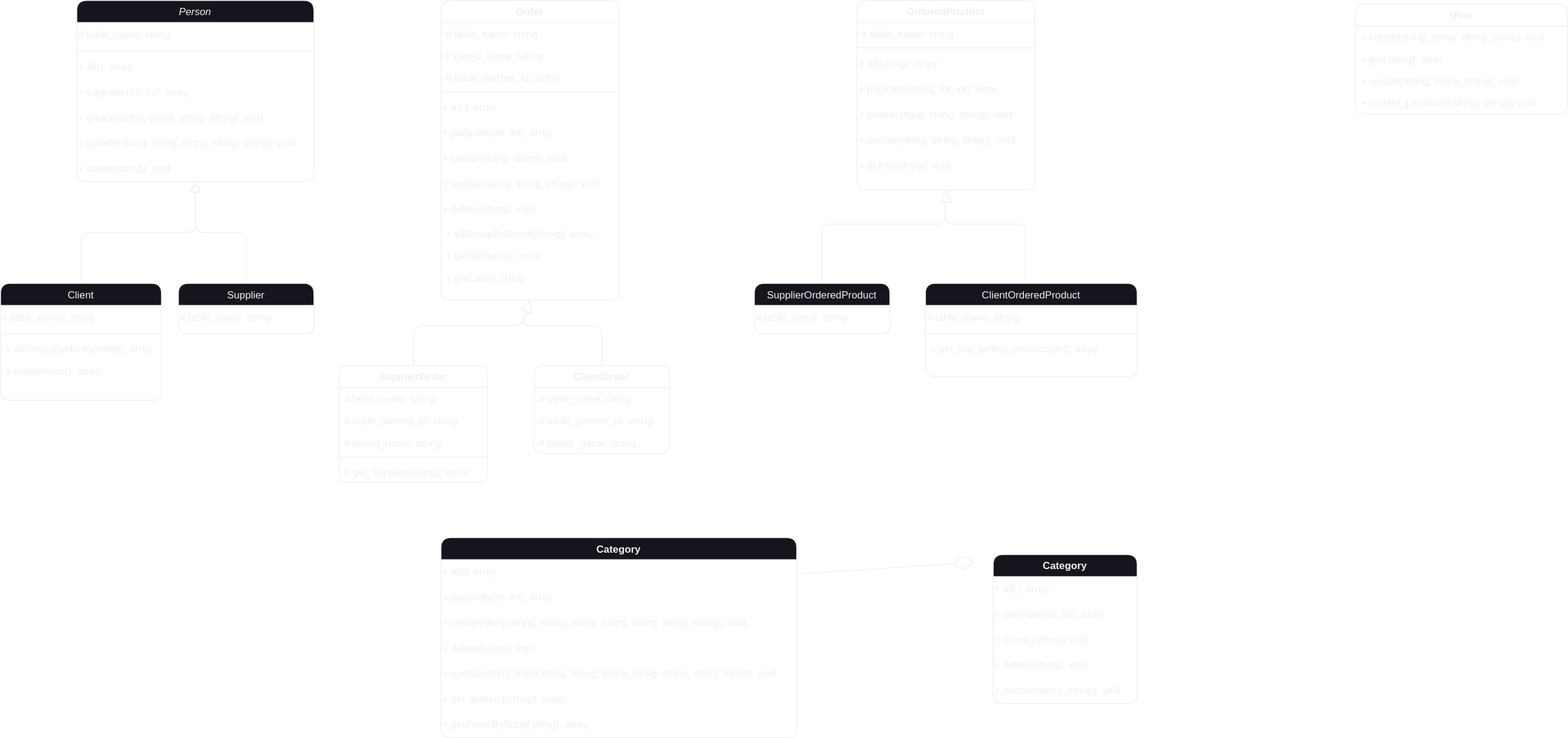
Before: diagrams/envantosync-class-diagram.drawio.svg, a diagram exported from draw.io (AbdallahRdf/stock-management). Source tidied: cells renumbered, new cells last; positions are measured from the earlier drawing's top-left corner, leaving out a move shared by most shapes.
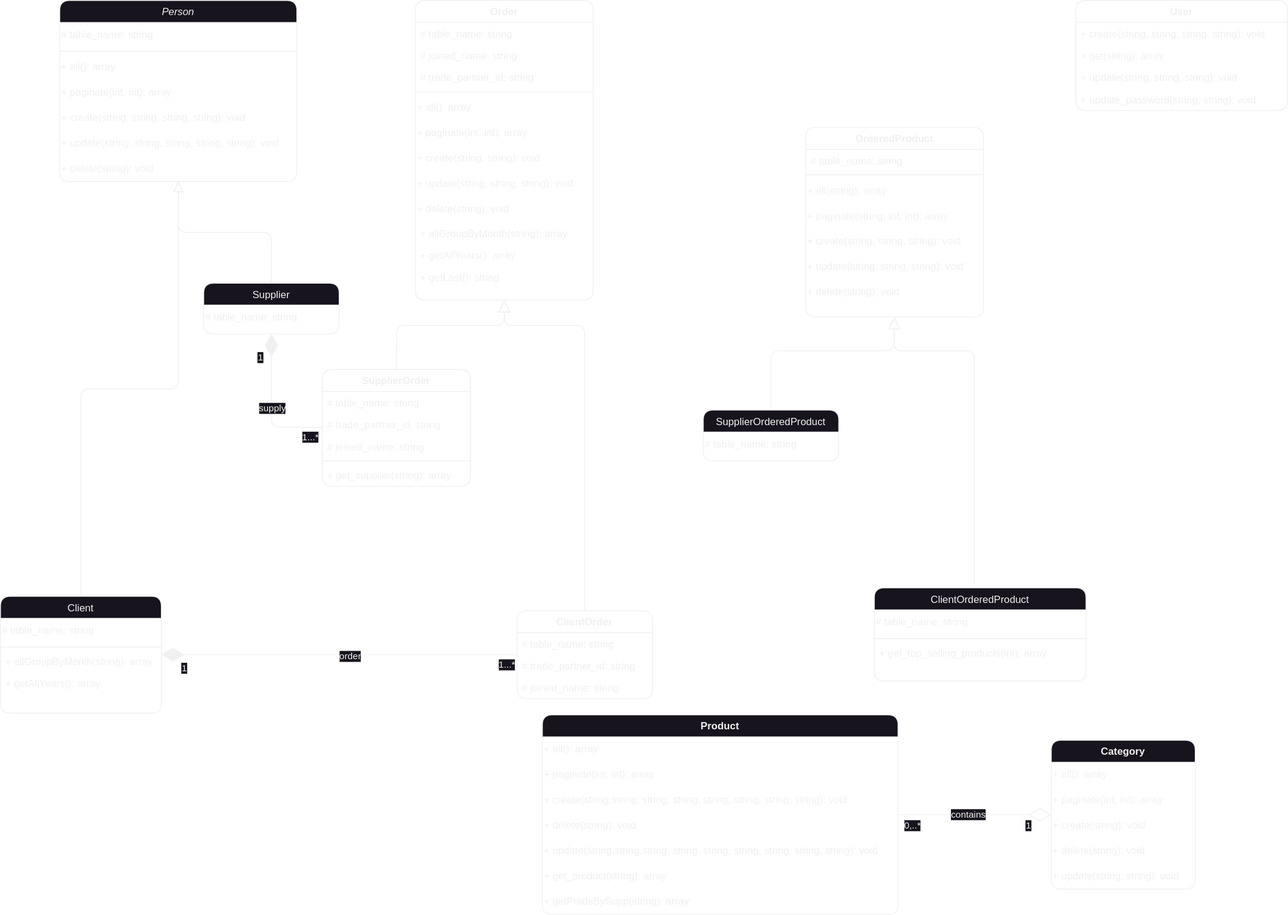
The same file after the commit.

Commit message:
updated the class diagram

The edit, as a diff of the source:
```diff
@@ -27,7 +27,7 @@
       <mxGeometry y="184" width="280" height="30" as="geometry" />
     </mxCell>
     <mxCell id="10" value="Client" style="swimlane;fontStyle=0;align=center;verticalAlign=top;horizontal=1;startSize=26;rounded=1;shadow=0;strokeWidth=1;" parent="1" vertex="1">
-      <mxGeometry y="334" width="190" height="138" as="geometry" />
+      <mxGeometry x="20" y="704" width="190" height="138" as="geometry" />
     </mxCell>
     <mxCell id="11" value="# table_name: string" style="text;html=1;align=left;verticalAlign=middle;strokeColor=none;fillColor=none;rounded=1;" parent="10" vertex="1">
       <mxGeometry y="26" width="190" height="30" as="geometry" />
@@ -45,7 +45,7 @@
       <mxGeometry relative="1" as="geometry" />
     </mxCell>
     <mxCell id="16" value="Supplier" style="swimlane;fontStyle=0;align=center;verticalAlign=top;horizontal=1;startSize=26;rounded=1;shadow=0;strokeWidth=1;" parent="1" vertex="1">
-      <mxGeometry x="210" y="334" width="160" height="60" as="geometry" />
+      <mxGeometry x="260" y="334" width="160" height="60" as="geometry" />
     </mxCell>
     <mxCell id="17" value="# table_name: string" style="text;html=1;align=left;verticalAlign=middle;strokeColor=none;fillColor=none;rounded=1;" parent="16" vertex="1">
       <mxGeometry y="26" width="160" height="30" as="geometry" />
@@ -54,7 +54,7 @@
       <mxGeometry relative="1" as="geometry" />
     </mxCell>
     <mxCell id="19" value="User" style="swimlane;fontStyle=1;align=center;verticalAlign=top;horizontal=1;startSize=26;whiteSpace=wrap;html=1;fontFamily=Helvetica;fontSize=12;fontColor=default;fillColor=none;gradientColor=none;rounded=1;" parent="1" vertex="1">
-      <mxGeometry x="1600" y="4" width="250" height="130" as="geometry" />
+      <mxGeometry x="1290" width="250" height="130" as="geometry" />
     </mxCell>
     <mxCell id="20" value="+ create(string, string, string, string): void" style="text;strokeColor=none;fillColor=none;align=left;verticalAlign=top;spacingLeft=4;spacingRight=4;overflow=hidden;whiteSpace=wrap;html=1;fontSize=12;fontFamily=Helvetica;fontColor=default;rounded=1;" parent="19" vertex="1">
       <mxGeometry y="26" width="250" height="26" as="geometry" />
@@ -69,7 +69,7 @@
       <mxGeometry y="104" width="250" height="26" as="geometry" />
     </mxCell>
     <mxCell id="24" value="Order" style="swimlane;fontStyle=1;align=center;verticalAlign=top;horizontal=1;startSize=26;whiteSpace=wrap;html=1;fontFamily=Helvetica;fontSize=12;fontColor=default;fillColor=none;gradientColor=none;rounded=1;glass=0;" parent="1" vertex="1">
-      <mxGeometry x="520" width="210" height="354" as="geometry" />
+      <mxGeometry x="510" width="210" height="354" as="geometry" />
     </mxCell>
     <mxCell id="25" value="# table_name: string" style="text;strokeColor=none;fillColor=none;align=left;verticalAlign=top;spacingLeft=4;spacingRight=4;overflow=hidden;whiteSpace=wrap;html=1;fontSize=12;fontFamily=Helvetica;fontColor=default;rounded=1;" parent="24" vertex="1">
       <mxGeometry y="26" width="210" height="26" as="geometry" />
@@ -108,7 +108,7 @@
       <mxGeometry y="314" width="210" height="26" as="geometry" />
     </mxCell>
     <mxCell id="37" value="ClientOrder" style="swimlane;fontStyle=1;align=center;verticalAlign=top;horizontal=1;startSize=26;whiteSpace=wrap;html=1;fontFamily=Helvetica;fontSize=12;fontColor=default;fillColor=none;gradientColor=none;rounded=1;" parent="1" vertex="1">
-      <mxGeometry x="630" y="431" width="160" height="104" as="geometry" />
+      <mxGeometry x="630" y="721" width="160" height="104" as="geometry" />
     </mxCell>
     <mxCell id="38" value="# table_name: string" style="text;strokeColor=none;fillColor=none;align=left;verticalAlign=top;spacingLeft=4;spacingRight=4;overflow=hidden;whiteSpace=wrap;html=1;fontSize=12;fontFamily=Helvetica;fontColor=default;rounded=1;" parent="37" vertex="1">
       <mxGeometry y="26" width="160" height="26" as="geometry" />
@@ -120,7 +120,7 @@
       <mxGeometry y="78" width="160" height="26" as="geometry" />
     </mxCell>
     <mxCell id="41" value="SupplierOrder" style="swimlane;fontStyle=1;align=center;verticalAlign=top;horizontal=1;startSize=26;whiteSpace=wrap;html=1;fontFamily=Helvetica;fontSize=12;fontColor=default;fillColor=none;gradientColor=none;rounded=1;" parent="1" vertex="1">
-      <mxGeometry x="400" y="431" width="175" height="138" as="geometry" />
+      <mxGeometry x="400" y="436" width="175" height="138" as="geometry" />
     </mxCell>
     <mxCell id="42" value="# table_name: string" style="text;strokeColor=none;fillColor=none;align=left;verticalAlign=top;spacingLeft=4;spacingRight=4;overflow=hidden;whiteSpace=wrap;html=1;fontSize=12;fontFamily=Helvetica;fontColor=default;rounded=1;" parent="41" vertex="1">
       <mxGeometry y="26" width="175" height="26" as="geometry" />
@@ -154,7 +154,7 @@
       </mxGeometry>
     </mxCell>
     <mxCell id="49" value="OrderedProduct" style="swimlane;fontStyle=1;align=center;verticalAlign=top;horizontal=1;startSize=26;whiteSpace=wrap;html=1;fontFamily=Helvetica;fontSize=12;fontColor=default;fillColor=none;gradientColor=none;rounded=1;glass=0;" parent="1" vertex="1">
-      <mxGeometry x="1011" width="210" height="224" as="geometry" />
+      <mxGeometry x="971" y="150" width="210" height="224" as="geometry" />
     </mxCell>
     <mxCell id="50" value="# table_name: string" style="text;strokeColor=none;fillColor=none;align=left;verticalAlign=top;spacingLeft=4;spacingRight=4;overflow=hidden;whiteSpace=wrap;html=1;fontSize=12;fontFamily=Helvetica;fontColor=default;rounded=1;" parent="49" vertex="1">
       <mxGeometry y="26" width="210" height="26" as="geometry" />
@@ -178,13 +178,13 @@
       <mxGeometry y="180" width="210" height="30" as="geometry" />
     </mxCell>
     <mxCell id="57" value="SupplierOrderedProduct" style="swimlane;fontStyle=0;align=center;verticalAlign=top;horizontal=1;startSize=26;rounded=1;shadow=0;strokeWidth=1;" parent="1" vertex="1">
-      <mxGeometry x="890" y="334" width="160" height="60" as="geometry" />
+      <mxGeometry x="850" y="484" width="160" height="60" as="geometry" />
     </mxCell>
     <mxCell id="58" value="# table_name: string" style="text;html=1;align=left;verticalAlign=middle;strokeColor=none;fillColor=none;rounded=1;" parent="57" vertex="1">
       <mxGeometry y="26" width="160" height="30" as="geometry" />
     </mxCell>
     <mxCell id="59" value="ClientOrderedProduct" style="swimlane;fontStyle=0;align=center;verticalAlign=top;horizontal=1;startSize=26;rounded=1;shadow=0;strokeWidth=1;" parent="1" vertex="1">
-      <mxGeometry x="1092" y="334" width="250" height="110" as="geometry" />
+      <mxGeometry x="1052" y="694" width="250" height="110" as="geometry" />
     </mxCell>
     <mxCell id="60" value="# table_name: string" style="text;html=1;align=left;verticalAlign=middle;strokeColor=none;fillColor=none;rounded=1;" parent="59" vertex="1">
       <mxGeometry y="26" width="250" height="30" as="geometry" />
@@ -198,21 +198,21 @@
     <mxCell id="63" style="endArrow=block;endFill=0;endSize=12;html=1;exitX=0.5;exitY=0;exitDx=0;exitDy=0;rounded=1;jumpStyle=none;shadow=0;strokeColor=default;textDirection=ltr;align=center;entryX=0.5;entryY=1;entryDx=0;entryDy=0;" parent="1" edge="1" source="57" target="49">
       <mxGeometry relative="1" as="geometry">
         <Array as="points">
-          <mxPoint x="970" y="264" />
-          <mxPoint x="1115" y="264" />
+          <mxPoint x="930" y="414" />
+          <mxPoint x="1075" y="414" />
         </Array>
       </mxGeometry>
     </mxCell>
     <mxCell id="64" style="endArrow=block;endFill=0;endSize=12;html=1;exitX=0.472;exitY=-0.045;exitDx=0;exitDy=0;rounded=1;jumpStyle=none;shadow=0;strokeColor=default;textDirection=ltr;align=center;exitPerimeter=0;entryX=0.5;entryY=1;entryDx=0;entryDy=0;" parent="1" edge="1" source="59" target="49">
       <mxGeometry relative="1" as="geometry">
         <Array as="points">
-          <mxPoint x="1210" y="264" />
-          <mxPoint x="1115" y="264" />
+          <mxPoint x="1170" y="414" />
+          <mxPoint x="1075" y="414" />
         </Array>
       </mxGeometry>
     </mxCell>
     <mxCell id="65" value="Category" style="swimlane;fontStyle=1;align=center;verticalAlign=top;horizontal=1;startSize=26;whiteSpace=wrap;html=1;rounded=1;" parent="1" vertex="1">
-      <mxGeometry x="1172" y="654" width="170" height="176" as="geometry" />
+      <mxGeometry x="1261" y="874" width="170" height="176" as="geometry" />
     </mxCell>
     <mxCell id="66" value="+ all(): array" style="text;html=1;align=left;verticalAlign=middle;strokeColor=none;fillColor=none;rounded=1;" parent="65" vertex="1">
       <mxGeometry y="26" width="170" height="30" as="geometry" />
@@ -229,8 +229,8 @@
     <mxCell id="70" value="+ update(string, string): void" style="text;html=1;align=left;verticalAlign=middle;strokeColor=none;fillColor=none;fontSize=12;fontFamily=Helvetica;fontColor=default;rounded=1;" parent="65" vertex="1">
       <mxGeometry y="146" width="170" height="30" as="geometry" />
     </mxCell>
-    <mxCell id="71" value="Category" style="swimlane;fontStyle=1;align=center;verticalAlign=top;horizontal=1;startSize=26;whiteSpace=wrap;html=1;rounded=1;" parent="1" vertex="1">
-      <mxGeometry x="520" y="634" width="420" height="236" as="geometry" />
+    <mxCell id="71" value="Product" style="swimlane;fontStyle=1;align=center;verticalAlign=top;horizontal=1;startSize=26;whiteSpace=wrap;html=1;rounded=1;" parent="1" vertex="1">
+      <mxGeometry x="660" y="844" width="420" height="236" as="geometry" />
     </mxCell>
     <mxCell id="72" value="+ all(): array" style="text;html=1;align=left;verticalAlign=middle;strokeColor=none;fillColor=none;rounded=1;" parent="71" vertex="1">
       <mxGeometry y="26" width="420" height="30" as="geometry" />
@@ -253,11 +253,57 @@
     <mxCell id="78" value="+ getProdsBySupp(string): array" style="text;html=1;align=left;verticalAlign=middle;strokeColor=none;fillColor=none;fontSize=12;fontFamily=Helvetica;fontColor=default;rounded=1;" parent="71" vertex="1">
       <mxGeometry y="206" width="420" height="30" as="geometry" />
     </mxCell>
-    <mxCell id="79" style="endArrow=diamondThin;endFill=0;endSize=24;html=1;rounded=1;entryX=0.109;entryY=-0.005;entryDx=0;entryDy=0;entryPerimeter=0;exitX=1.008;exitY=0.054;exitDx=0;exitDy=0;exitPerimeter=0;" parent="1" edge="1">
-      <mxGeometry relative="1" as="geometry">
-        <mxPoint x="943.4" y="676.7" as="sourcePoint" />
-        <mxPoint x="1150.5" y="663.1" as="targetPoint" />
-      </mxGeometry>
+    <mxCell id="79" style="endArrow=diamondThin;endFill=0;endSize=24;html=1;rounded=1;" parent="1" edge="1" source="71" target="65">
+      <mxGeometry relative="1" as="geometry" />
     </mxCell>
+    <mxCell id="80" value="0,..*" style="edgeLabel;html=1;align=center;verticalAlign=middle;" parent="79" vertex="1">
+      <mxGeometry x="-0.82" y="-2" relative="1" as="geometry">
+        <mxPoint y="10" as="offset" />
+      </mxGeometry>
+    </mxCell>
+    <mxCell id="81" value="1" style="edgeLabel;html=1;align=center;verticalAlign=middle;" parent="79" vertex="1">
+      <mxGeometry x="0.69" y="-2" relative="1" as="geometry">
+        <mxPoint y="10" as="offset" />
+      </mxGeometry>
+    </mxCell>
+    <mxCell id="82" value="contains" style="edgeLabel;html=1;align=center;verticalAlign=middle;" parent="79" vertex="1">
+      <mxGeometry x="-0.09" y="1" relative="1" as="geometry" />
+    </mxCell>
+    <mxCell id="83" style="endArrow=diamondThin;endFill=1;endSize=24;html=1;rounded=1;" parent="1" edge="1" source="37" target="10">
+      <mxGeometry relative="1" as="geometry" />
+    </mxCell>
+    <mxCell id="84" value="1...*" style="edgeLabel;html=1;align=center;verticalAlign=middle;" parent="83" vertex="1">
+      <mxGeometry x="-0.94" relative="1" as="geometry">
+        <mxPoint y="11" as="offset" />
+      </mxGeometry>
+    </mxCell>
+    <mxCell id="85" value="1" style="edgeLabel;html=1;align=center;verticalAlign=middle;" parent="83" vertex="1">
+      <mxGeometry x="0.83" y="2" relative="1" as="geometry">
+        <mxPoint x="-10" y="13" as="offset" />
+      </mxGeometry>
+    </mxCell>
+    <mxCell id="86" value="order" style="edgeLabel;html=1;align=center;verticalAlign=middle;" parent="83" vertex="1">
+      <mxGeometry x="-0.06" y="1" relative="1" as="geometry" />
+    </mxCell>
+    <mxCell id="87" style="endArrow=diamondThin;endFill=1;endSize=24;html=1;rounded=1;" parent="1" edge="1" source="41" target="16">
+      <mxGeometry relative="1" as="geometry">
+        <Array as="points">
+          <mxPoint x="340" y="504" />
+        </Array>
+      </mxGeometry>
+    </mxCell>
+    <mxCell id="88" value="1" style="edgeLabel;html=1;align=center;verticalAlign=middle;" parent="87" vertex="1">
+      <mxGeometry x="0.68" y="1" relative="1" as="geometry">
+        <mxPoint x="-13" as="offset" />
+      </mxGeometry>
+    </mxCell>
+    <mxCell id="89" value="1...*" style="edgeLabel;html=1;align=center;verticalAlign=middle;" parent="87" vertex="1">
+      <mxGeometry x="-0.84" y="1" relative="1" as="geometry">
+        <mxPoint y="10" as="offset" />
+      </mxGeometry>
+    </mxCell>
+    <mxCell id="90" value="supply" style="edgeLabel;html=1;align=center;verticalAlign=middle;" parent="87" vertex="1">
+      <mxGeometry x="-0.02" relative="1" as="geometry" />
+    </mxCell>
   </root>
 </mxGraphModel>
```
